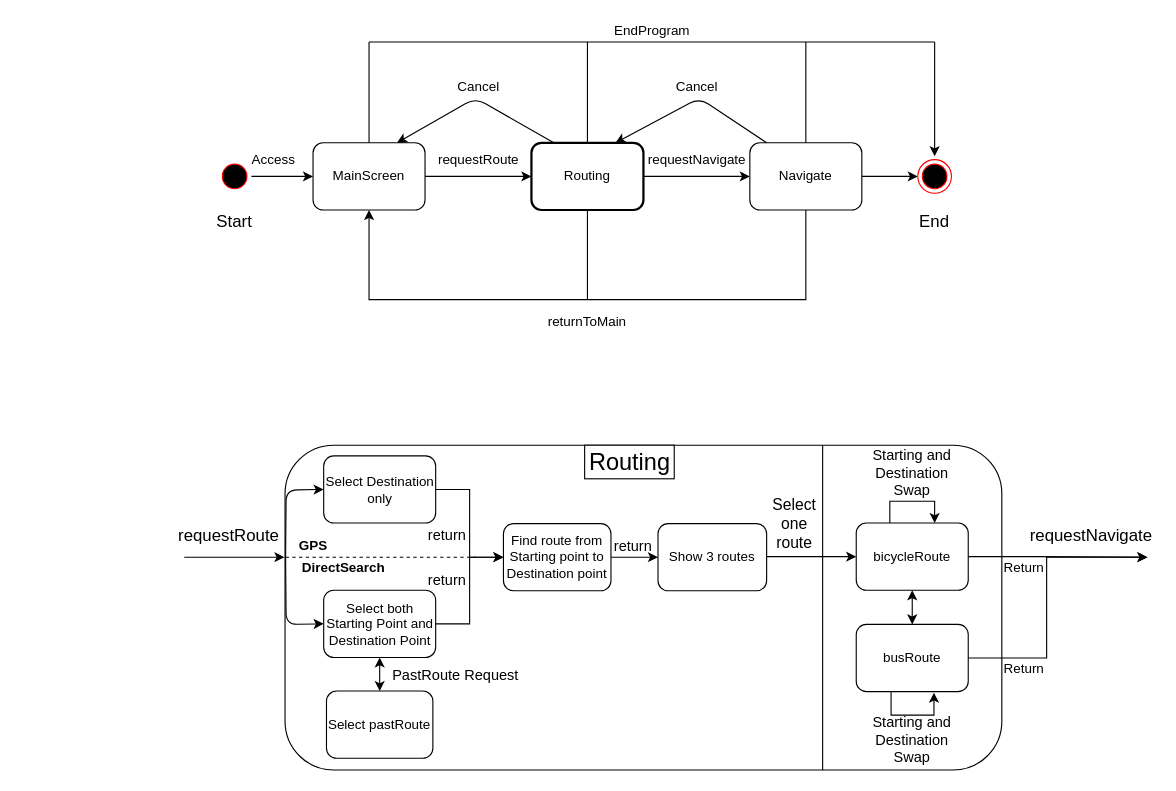
This is 2nd_homework/state_diagram.drawio from chisacam/CWNU19SE_2B, a draw.io file, before an edit. Source tidied: cells renumbered, new cells numbered last; positions are measured from the earlier drawing's top-left corner, leaving out a move shared by most shapes. Both pictures are drawn from the tidied source at 112%, with x=0, y=0 at pixel (184, 19).
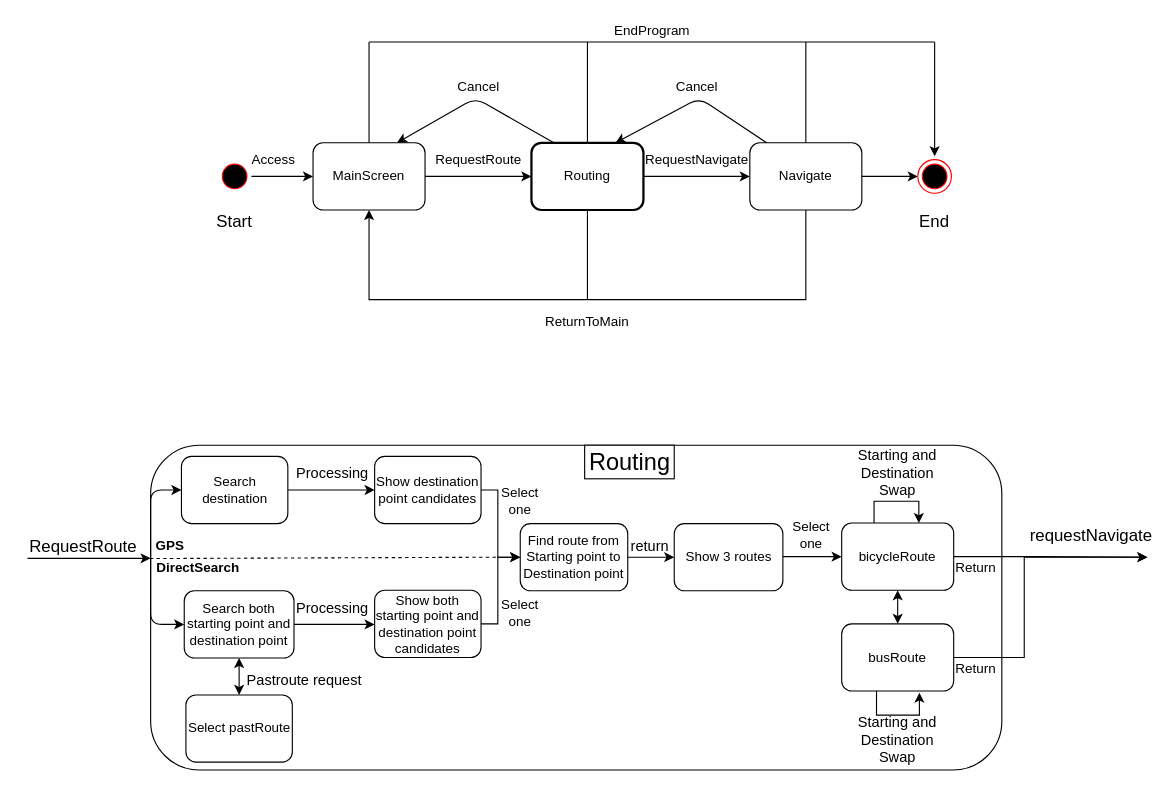
The same diagram, later.

What changed in the source:
```diff
@@
     <mxCell id="2" style="rounded=1;whiteSpace=wrap;html=1;" parent="1" vertex="1">
-      <mxGeometry x="90" y="380" width="640" height="290" as="geometry" />
+      <mxGeometry x="-30" y="380" width="760" height="290" as="geometry" />
     </mxCell>
@@
     <mxCell id="12" style="endArrow=classic;html=1;" parent="1" edge="1">
       <mxGeometry relative="1" as="geometry">
-        <mxPoint y="480" as="sourcePoint" />
-        <mxPoint x="89.5" y="480" as="targetPoint" />
+        <mxPoint x="-140" y="481" as="sourcePoint" />
+        <mxPoint x="-30" y="481" as="targetPoint" />
       </mxGeometry>
     </mxCell>
@@
-    <mxCell id="14" style="edgeStyle=orthogonalEdgeStyle;rounded=0;jettySize=auto;html=1;entryX=0;entryY=0.5;entryDx=0;entryDy=0;" parent="1" edge="1" source="15" target="17">
-      <mxGeometry relative="1" as="geometry" />
-    </mxCell>
+    <mxCell id="67" style="edgeStyle=orthogonalEdgeStyle;rounded=0;jettySize=auto;html=1;fontSize=12;" parent="1" edge="1" source="15" target="72">
+      <mxGeometry relative="1" as="geometry" />
+    </mxCell>
-    <mxCell id="15" value="Select Destination only" style="rounded=1;whiteSpace=wrap;html=1;" parent="1" vertex="1">
-      <mxGeometry x="124.5" y="389.5" width="100" height="60" as="geometry" />
+    <mxCell id="15" value="Search destination" style="rounded=1;whiteSpace=wrap;html=1;" parent="1" vertex="1">
+      <mxGeometry x="-2.5" y="390" width="95" height="60" as="geometry" />
     </mxCell>
@@
     <mxCell id="17" value="Find route from Starting point to Destination point" style="rounded=1;whiteSpace=wrap;html=1;" parent="1" vertex="1">
-      <mxGeometry x="285" y="450" width="96" height="60" as="geometry" />
+      <mxGeometry x="300" y="450" width="96" height="60" as="geometry" />
     </mxCell>
-    <mxCell id="18" style="edgeStyle=orthogonalEdgeStyle;rounded=0;jettySize=auto;html=1;entryX=0;entryY=0.5;entryDx=0;entryDy=0;" parent="1" edge="1" source="19" target="17">
-      <mxGeometry relative="1" as="geometry" />
-    </mxCell>
+    <mxCell id="68" style="edgeStyle=orthogonalEdgeStyle;rounded=0;jettySize=auto;html=1;fontSize=12;" parent="1" edge="1" source="19" target="70">
+      <mxGeometry relative="1" as="geometry">
+        <Array as="points">
+          <mxPoint x="130" y="540" />
+          <mxPoint x="130" y="540" />
+        </Array>
+      </mxGeometry>
+    </mxCell>
-    <mxCell id="19" value="Select both Starting Point and Destination Point" style="rounded=1;whiteSpace=wrap;html=1;" parent="1" vertex="1">
-      <mxGeometry x="124.5" y="509.5" width="100" height="60" as="geometry" />
+    <mxCell id="19" value="Search both starting point and destination point" style="rounded=1;whiteSpace=wrap;html=1;" parent="1" vertex="1">
+      <mxGeometry y="510" width="98" height="60" as="geometry" />
     </mxCell>
     <mxCell id="20" value="GPS" style="text;html=1;strokeColor=none;fillColor=none;align=center;verticalAlign=middle;whiteSpace=wrap;rounded=0;fontStyle=1;" parent="1" vertex="1">
-      <mxGeometry x="72.5" y="460" width="85" height="20" as="geometry" />
+      <mxGeometry x="-55" y="460" width="85" height="20" as="geometry" />
     </mxCell>
-    <mxCell id="21" style="endArrow=none;dashed=1;html=1;" parent="1" edge="1">
+    <mxCell id="21" style="endArrow=none;dashed=1;html=1;exitX=-0.001;exitY=0.349;exitDx=0;exitDy=0;exitPerimeter=0;" parent="1" edge="1" source="2">
       <mxGeometry relative="1" as="geometry">
-        <mxPoint x="90.5" y="480" as="sourcePoint" />
-        <mxPoint x="260" y="480" as="targetPoint" />
+        <mxPoint x="280" y="480" as="targetPoint" />
       </mxGeometry>
     </mxCell>
-    <mxCell id="22" style="endArrow=classic;html=1;entryX=0;entryY=0.5;entryDx=0;entryDy=0;" parent="1" edge="1" target="15">
-      <mxGeometry relative="1" as="geometry">
-        <mxPoint x="90.5" y="480" as="sourcePoint" />
-        <Array as="points">
-          <mxPoint x="91" y="420" />
-        </Array>
-      </mxGeometry>
-    </mxCell>
-    <mxCell id="23" style="endArrow=classic;html=1;entryX=0;entryY=0.5;entryDx=0;entryDy=0;" parent="1" edge="1" target="19">
+    <mxCell id="23" style="endArrow=classic;html=1;entryX=0;entryY=0.5;entryDx=0;entryDy=0;exitX=0;exitY=0.348;exitDx=0;exitDy=0;exitPerimeter=0;" parent="1" edge="1" source="2" target="19">
       <mxGeometry relative="1" as="geometry">
-        <mxPoint x="90.5" y="480" as="sourcePoint" />
         <Array as="points">
-          <mxPoint x="91" y="540" />
+          <mxPoint x="-30" y="540" />
         </Array>
       </mxGeometry>
     </mxCell>
@@
-    <mxCell id="25" value="requestRoute" style="text;html=1;strokeColor=none;fillColor=none;align=center;verticalAlign=middle;whiteSpace=wrap;rounded=0;" parent="1" vertex="1">
+    <mxCell id="25" value="RequestRoute" style="text;html=1;strokeColor=none;fillColor=none;align=center;verticalAlign=middle;whiteSpace=wrap;rounded=0;" parent="1" vertex="1">
       <mxGeometry x="242.5" y="115" width="40" height="20" as="geometry" />
     </mxCell>
@@
-    <mxCell id="27" value="requestNavigate" style="text;html=1;strokeColor=none;fillColor=none;align=center;verticalAlign=middle;whiteSpace=wrap;rounded=0;" parent="1" vertex="1">
+    <mxCell id="27" value="RequestNavigate" style="text;html=1;strokeColor=none;fillColor=none;align=center;verticalAlign=middle;whiteSpace=wrap;rounded=0;" parent="1" vertex="1">
       <mxGeometry x="437.5" y="115" width="40" height="20" as="geometry" />
     </mxCell>
-    <mxCell id="28" value="returnToMain" style="text;html=1;strokeColor=none;fillColor=none;align=center;verticalAlign=middle;whiteSpace=wrap;rounded=0;" parent="1" vertex="1">
+    <mxCell id="28" value="ReturnToMain" style="text;html=1;strokeColor=none;fillColor=none;align=center;verticalAlign=middle;whiteSpace=wrap;rounded=0;" parent="1" vertex="1">
       <mxGeometry x="340" y="260" width="40" height="20" as="geometry" />
     </mxCell>
@@
-    <mxCell id="37" style="edgeStyle=orthogonalEdgeStyle;rounded=0;orthogonalLoop=1;jettySize=auto;html=1;fontSize=13;" parent="1" edge="1" source="38" target="38">
+    <mxCell id="37" style="edgeStyle=orthogonalEdgeStyle;rounded=0;orthogonalLoop=1;jettySize=auto;html=1;fontSize=13;" parent="1" edge="1">
       <mxGeometry relative="1" as="geometry">
+        <mxPoint x="615.9" y="449.5" as="sourcePoint" />
+        <mxPoint x="655.9" y="449.5" as="targetPoint" />
         <Array as="points">
-          <mxPoint x="630" y="430" />
-          <mxPoint x="670" y="430" />
+          <mxPoint x="616" y="430" />
+          <mxPoint x="656" y="430" />
         </Array>
       </mxGeometry>
     </mxCell>
     <mxCell id="38" value="bicycleRoute" style="rounded=1;whiteSpace=wrap;html=1;" parent="1" vertex="1">
-      <mxGeometry x="600" y="449.5" width="100" height="60" as="geometry" />
+      <mxGeometry x="587" y="449.5" width="100" height="60" as="geometry" />
     </mxCell>
     <mxCell id="39" style="edgeStyle=orthogonalEdgeStyle;rounded=0;jettySize=auto;html=1;fontSize=15;exitX=1;exitY=0.5;exitDx=0;exitDy=0;" parent="1" edge="1" source="40">
       <mxGeometry relative="1" as="geometry">
         <mxPoint x="860" y="480" as="targetPoint" />
         <Array as="points">
-          <mxPoint x="770" y="570" />
-          <mxPoint x="770" y="480" />
+          <mxPoint x="750" y="570" />
+          <mxPoint x="750" y="480" />
         </Array>
       </mxGeometry>
     </mxCell>
     <mxCell id="40" value="busRoute" style="rounded=1;whiteSpace=wrap;html=1;" parent="1" vertex="1">
-      <mxGeometry x="600" y="540" width="100" height="60" as="geometry" />
+      <mxGeometry x="587" y="539.5" width="100" height="60" as="geometry" />
     </mxCell>
@@
-    <mxCell id="42" value="Select one route" style="text;html=1;strokeColor=none;fillColor=none;align=center;verticalAlign=middle;whiteSpace=wrap;rounded=0;fontSize=14;direction=south;" parent="1" vertex="1">
-      <mxGeometry x="535" y="429.5" width="20" height="40" as="geometry" />
+    <mxCell id="42" value="Select one" style="text;html=1;strokeColor=none;fillColor=none;align=center;verticalAlign=middle;whiteSpace=wrap;rounded=0;fontSize=12;direction=south;" parent="1" vertex="1">
+      <mxGeometry x="550" y="440" width="20" height="40" as="geometry" />
     </mxCell>
@@
-    <mxCell id="44" value="requestRoute" style="text;html=1;strokeColor=none;fillColor=none;align=center;verticalAlign=middle;whiteSpace=wrap;rounded=0;fontSize=15;" parent="1" vertex="1">
-      <mxGeometry x="20" y="449.5" width="40" height="20" as="geometry" />
+    <mxCell id="44" value="RequestRoute" style="text;html=1;strokeColor=none;fillColor=none;align=center;verticalAlign=middle;whiteSpace=wrap;rounded=0;fontSize=15;" parent="1" vertex="1">
+      <mxGeometry x="-110" y="460" width="40" height="20" as="geometry" />
     </mxCell>
@@
-    <mxCell id="49" style="endArrow=none;html=1;fontSize=15;exitX=0.75;exitY=1;exitDx=0;exitDy=0;" parent="1" edge="1" source="2">
-      <mxGeometry relative="1" as="geometry">
-        <mxPoint x="570" y="380" as="targetPoint" />
-      </mxGeometry>
-    </mxCell>
     <mxCell id="50" value="Select pastRoute" style="rounded=1;whiteSpace=wrap;html=1;" parent="1" vertex="1">
-      <mxGeometry x="127" y="599.5" width="95" height="60" as="geometry" />
+      <mxGeometry x="1.5" y="603" width="95" height="60" as="geometry" />
     </mxCell>
-    <mxCell id="51" value="return" style="text;html=1;strokeColor=none;fillColor=none;align=center;verticalAlign=middle;whiteSpace=wrap;rounded=0;fontSize=13;" parent="1" vertex="1">
-      <mxGeometry x="215" y="450" width="40" height="20" as="geometry" />
+    <mxCell id="51" value="Select one" style="text;html=1;strokeColor=none;fillColor=none;align=center;verticalAlign=middle;whiteSpace=wrap;rounded=0;fontSize=12;" parent="1" vertex="1">
+      <mxGeometry x="280" y="420" width="40" height="20" as="geometry" />
     </mxCell>
-    <mxCell id="52" value="return" style="text;html=1;strokeColor=none;fillColor=none;align=center;verticalAlign=middle;whiteSpace=wrap;rounded=0;fontSize=13;" parent="1" vertex="1">
-      <mxGeometry x="215" y="489.5" width="40" height="20" as="geometry" />
-    </mxCell>
     <mxCell id="53" value="return" style="text;html=1;strokeColor=none;fillColor=none;align=center;verticalAlign=middle;whiteSpace=wrap;rounded=0;fontSize=13;" parent="1" vertex="1">
-      <mxGeometry x="381" y="459.5" width="40" height="20" as="geometry" />
+      <mxGeometry x="396" y="459.5" width="40" height="20" as="geometry" />
     </mxCell>
-    <mxCell id="54" value="PastRoute Request" style="text;html=1;strokeColor=none;fillColor=none;align=center;verticalAlign=middle;whiteSpace=wrap;rounded=0;fontSize=13;" parent="1" vertex="1">
-      <mxGeometry x="180" y="574.5" width="125" height="20" as="geometry" />
+    <mxCell id="54" value="Pastroute request" style="text;html=1;strokeColor=none;fillColor=none;align=center;verticalAlign=middle;whiteSpace=wrap;rounded=0;fontSize=13;" parent="1" vertex="1">
+      <mxGeometry x="45" y="580" width="125" height="20" as="geometry" />
     </mxCell>
@@
     <mxCell id="58" value="Starting and Destination Swap" style="text;html=1;strokeColor=none;fillColor=none;align=center;verticalAlign=middle;whiteSpace=wrap;rounded=0;fontSize=13;" parent="1" vertex="1">
-      <mxGeometry x="613" y="633" width="74" height="20" as="geometry" />
+      <mxGeometry x="600" y="633" width="74" height="20" as="geometry" />
     </mxCell>
     <mxCell id="59" style="edgeStyle=orthogonalEdgeStyle;rounded=0;orthogonalLoop=1;jettySize=auto;html=1;fontSize=13;exitX=0.316;exitY=0.974;exitDx=0;exitDy=0;exitPerimeter=0;" parent="1" edge="1">
       <mxGeometry relative="1" as="geometry">
-        <mxPoint x="631.1" y="599.4" as="sourcePoint" />
-        <mxPoint x="669.4" y="601" as="targetPoint" />
+        <mxPoint x="618.1" y="599.4" as="sourcePoint" />
+        <mxPoint x="656.4" y="601" as="targetPoint" />
         <Array as="points">
-          <mxPoint x="631.5" y="621" />
-          <mxPoint x="669.5" y="621" />
+          <mxPoint x="618.5" y="621" />
+          <mxPoint x="656.5" y="621" />
         </Array>
       </mxGeometry>
     </mxCell>
     <mxCell id="60" value="Starting and Destination Swap" style="text;html=1;strokeColor=none;fillColor=none;align=center;verticalAlign=middle;whiteSpace=wrap;rounded=0;fontSize=13;" parent="1" vertex="1">
-      <mxGeometry x="613" y="395" width="74" height="20" as="geometry" />
+      <mxGeometry x="600" y="395" width="74" height="20" as="geometry" />
     </mxCell>
@@
     <mxCell id="62" value="Show 3 routes" style="rounded=1;whiteSpace=wrap;html=1;" parent="1" vertex="1">
-      <mxGeometry x="423" y="450" width="97" height="60" as="geometry" />
+      <mxGeometry x="437.5" y="450" width="97" height="60" as="geometry" />
     </mxCell>
     <mxCell id="63" value="Return" style="text;html=1;strokeColor=none;fillColor=none;align=center;verticalAlign=middle;whiteSpace=wrap;rounded=0;" parent="1" vertex="1">
-      <mxGeometry x="730" y="480" width="40" height="20" as="geometry" />
+      <mxGeometry x="687" y="480" width="40" height="20" as="geometry" />
     </mxCell>
     <mxCell id="64" value="Return" style="text;html=1;strokeColor=none;fillColor=none;align=center;verticalAlign=middle;whiteSpace=wrap;rounded=0;" parent="1" vertex="1">
-      <mxGeometry x="730" y="570" width="40" height="20" as="geometry" />
+      <mxGeometry x="687" y="570" width="40" height="20" as="geometry" />
     </mxCell>
@@
     <mxCell id="66" value="DirectSearch" style="text;html=1;strokeColor=none;fillColor=none;align=center;verticalAlign=middle;whiteSpace=wrap;rounded=0;fontStyle=1;" parent="1" vertex="1">
-      <mxGeometry x="100" y="480" width="85" height="20" as="geometry" />
+      <mxGeometry x="-30" y="480" width="85" height="20" as="geometry" />
     </mxCell>
+    <mxCell id="69" style="edgeStyle=orthogonalEdgeStyle;rounded=0;jettySize=auto;html=1;entryX=0;entryY=0.5;entryDx=0;entryDy=0;fontSize=12;" parent="1" edge="1" source="70" target="17">
+      <mxGeometry relative="1" as="geometry">
+        <Array as="points">
+          <mxPoint x="280" y="539" />
+          <mxPoint x="280" y="480" />
+        </Array>
+      </mxGeometry>
+    </mxCell>
+    <mxCell id="70" value="Show both starting point and destination point candidates" style="rounded=1;whiteSpace=wrap;html=1;" parent="1" vertex="1">
+      <mxGeometry x="170" y="509.5" width="95" height="60" as="geometry" />
+    </mxCell>
+    <mxCell id="71" style="edgeStyle=orthogonalEdgeStyle;rounded=0;jettySize=auto;html=1;entryX=0;entryY=0.5;entryDx=0;entryDy=0;fontSize=12;" parent="1" edge="1" source="72" target="17">
+      <mxGeometry relative="1" as="geometry">
+        <Array as="points">
+          <mxPoint x="280" y="420" />
+          <mxPoint x="280" y="480" />
+        </Array>
+      </mxGeometry>
+    </mxCell>
+    <mxCell id="72" value="Show destination point candidates" style="rounded=1;whiteSpace=wrap;html=1;" parent="1" vertex="1">
+      <mxGeometry x="170" y="390" width="95" height="60" as="geometry" />
+    </mxCell>
+    <mxCell id="73" value="Select one" style="text;html=1;strokeColor=none;fillColor=none;align=center;verticalAlign=middle;whiteSpace=wrap;rounded=0;fontSize=12;" parent="1" vertex="1">
+      <mxGeometry x="280" y="520" width="40" height="20" as="geometry" />
+    </mxCell>
+    <mxCell id="74" value="Processing" style="text;html=1;strokeColor=none;fillColor=none;align=center;verticalAlign=middle;whiteSpace=wrap;rounded=0;fontSize=13;" parent="1" vertex="1">
+      <mxGeometry x="70" y="515" width="125" height="20" as="geometry" />
+    </mxCell>
+    <mxCell id="75" value="Processing" style="text;html=1;strokeColor=none;fillColor=none;align=center;verticalAlign=middle;whiteSpace=wrap;rounded=0;fontSize=13;" parent="1" vertex="1">
+      <mxGeometry x="70" y="395" width="125" height="20" as="geometry" />
+    </mxCell>
+    <mxCell id="76" style="endArrow=classic;html=1;fontSize=12;entryX=0;entryY=0.5;entryDx=0;entryDy=0;" parent="1" edge="1" target="15">
+      <mxGeometry relative="1" as="geometry">
+        <mxPoint x="-30" y="480" as="sourcePoint" />
+        <Array as="points">
+          <mxPoint x="-30" y="420" />
+        </Array>
+      </mxGeometry>
+    </mxCell>
```
